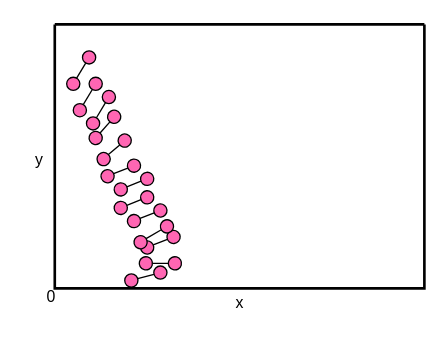
Earlier version of the draw.io diagram 哑铃分布t=0.05.drawio (mauhin/auto). Source tidied: cells renumbered, new cells numbered last; positions are measured from the earlier drawing's top-left corner, leaving out a move shared by most shapes. Both pictures are drawn from the tidied source at 132%, with x=0, y=0 at pixel (22, 24).
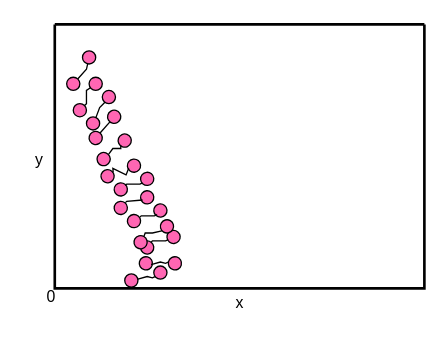
The same diagram, later.

Commit message:
更新哑铃分布t=0.05.drawio

Unchanged cells that the change refers to:
```xml
<mxCell id="4" style="group;rotation=40;" parent="3" vertex="1">
<mxCell id="5" style="ellipse;whiteSpace=wrap;html=1;fillColor=#FF66B3;rotation=40;" parent="4" vertex="1">
<mxCell id="6" style="ellipse;whiteSpace=wrap;html=1;fillColor=#FF66B3;rotation=40;" parent="4" vertex="1">
<mxCell id="8" style="group;rotation=40;" parent="4" vertex="1">
<mxCell id="9" style="ellipse;whiteSpace=wrap;html=1;fillColor=#FF66B3;rotation=40;" parent="8" vertex="1">
<mxCell id="10" style="ellipse;whiteSpace=wrap;html=1;fillColor=#FF66B3;rotation=40;" parent="8" vertex="1">
<mxCell id="12" style="group;rotation=20;" parent="3" vertex="1">
<mxCell id="13" style="ellipse;whiteSpace=wrap;html=1;fillColor=#FF66B3;rotation=20;" parent="12" vertex="1">
<mxCell id="14" style="ellipse;whiteSpace=wrap;html=1;fillColor=#FF66B3;rotation=20;" parent="12" vertex="1">
<mxCell id="20" style="group;rotation=90;" parent="3" vertex="1">
<mxCell id="21" style="ellipse;whiteSpace=wrap;html=1;fillColor=#FF66B3;rotation=0;" parent="20" vertex="1">
<mxCell id="22" style="ellipse;whiteSpace=wrap;html=1;fillColor=#FF66B3;rotation=0;" parent="20" vertex="1">
<mxCell id="24" style="group;rotation=90;" parent="3" vertex="1">
<mxCell id="25" style="ellipse;whiteSpace=wrap;html=1;fillColor=#FF66B3;rotation=0;" parent="24" vertex="1">
<mxCell id="26" style="ellipse;whiteSpace=wrap;html=1;fillColor=#FF66B3;rotation=0;" parent="24" vertex="1">
<mxCell id="28" style="group;rotation=40;" parent="2" vertex="1">
<mxCell id="29" style="ellipse;whiteSpace=wrap;html=1;fillColor=#FF66B3;rotation=40;" parent="28" vertex="1">
<mxCell id="30" style="ellipse;whiteSpace=wrap;html=1;fillColor=#FF66B3;rotation=40;" parent="28" vertex="1">
<mxCell id="32" style="group;rotation=40;" parent="2" vertex="1">
<mxCell id="33" style="ellipse;whiteSpace=wrap;html=1;fillColor=#FF66B3;rotation=40;" parent="32" vertex="1">
<mxCell id="34" style="ellipse;whiteSpace=wrap;html=1;fillColor=#FF66B3;rotation=40;" parent="32" vertex="1">
<mxCell id="36" style="group;rotation=40;" parent="2" vertex="1">
<mxCell id="37" style="ellipse;whiteSpace=wrap;html=1;fillColor=#FF66B3;rotation=40;" parent="36" vertex="1">
<mxCell id="38" style="ellipse;whiteSpace=wrap;html=1;fillColor=#FF66B3;rotation=40;" parent="36" vertex="1">
<mxCell id="40" style="group;rotation=60;" parent="36" vertex="1">
<mxCell id="41" style="ellipse;whiteSpace=wrap;html=1;fillColor=#FF66B3;rotation=60;" parent="40" vertex="1">
<mxCell id="42" style="ellipse;whiteSpace=wrap;html=1;fillColor=#FF66B3;rotation=60;" parent="40" vertex="1">
<mxCell id="44" style="group;rotation=135;" parent="40" vertex="1">
<mxCell id="45" style="ellipse;whiteSpace=wrap;html=1;fillColor=#FF66B3;rotation=45;" parent="44" vertex="1">
<mxCell id="46" style="ellipse;whiteSpace=wrap;html=1;fillColor=#FF66B3;rotation=45;" parent="44" vertex="1">
<mxCell id="48" style="group;rotation=120;" parent="36" vertex="1">
<mxCell id="49" style="ellipse;whiteSpace=wrap;html=1;fillColor=#FF66B3;rotation=30;" parent="48" vertex="1">
<mxCell id="50" style="ellipse;whiteSpace=wrap;html=1;fillColor=#FF66B3;rotation=30;" parent="48" vertex="1">
<mxCell id="52" style="group;rotation=90;" parent="2" vertex="1">
<mxCell id="53" style="ellipse;whiteSpace=wrap;html=1;fillColor=#FF66B3;rotation=0;" parent="52" vertex="1">
<mxCell id="54" style="ellipse;whiteSpace=wrap;html=1;fillColor=#FF66B3;rotation=0;" parent="52" vertex="1">
```

Change to the diagram source:
```diff
@@
-    <mxCell id="7" style="endArrow=none;html=1;rounded=0;startArrow=none;" parent="4" edge="1" source="6" target="5">
-      <mxGeometry relative="1" as="geometry" />
-    </mxCell>
@@
-    <mxCell id="11" style="endArrow=none;html=1;rounded=0;startArrow=none;" parent="8" edge="1" source="10" target="9">
-      <mxGeometry relative="1" as="geometry" />
-    </mxCell>
@@
-    <mxCell id="15" style="endArrow=none;html=1;rounded=0;startArrow=none;" parent="12" edge="1" source="14" target="13">
-      <mxGeometry relative="1" as="geometry" />
+    <mxCell id="15" style="endArrow=none;html=1;rounded=0;startArrow=none;entryX=0.345;entryY=0.95;entryDx=0;entryDy=0;entryPerimeter=0;exitX=0.737;exitY=0.019;exitDx=0;exitDy=0;exitPerimeter=0;" parent="12" edge="1" source="14" target="13">
+      <mxGeometry relative="1" as="geometry">
+        <Array as="points">
+          <mxPoint x="9" y="14" />
+          <mxPoint x="15" y="14" />
+        </Array>
+      </mxGeometry>
     </mxCell>
@@
-    <mxCell id="23" style="endArrow=none;html=1;rounded=0;startArrow=none;" parent="20" edge="1" source="22" target="21">
-      <mxGeometry relative="1" as="geometry" />
-    </mxCell>
@@
     <mxCell id="27" style="endArrow=none;html=1;rounded=0;startArrow=none;" parent="24" edge="1" source="26" target="25">
-      <mxGeometry relative="1" as="geometry" />
+      <mxGeometry relative="1" as="geometry">
+        <Array as="points">
+          <mxPoint x="14" y="14" />
+        </Array>
+      </mxGeometry>
     </mxCell>
@@
-    <mxCell id="31" style="endArrow=none;html=1;rounded=0;startArrow=none;" parent="28" edge="1" source="30" target="29">
-      <mxGeometry relative="1" as="geometry" />
-    </mxCell>
@@
-    <mxCell id="35" style="endArrow=none;html=1;rounded=0;startArrow=none;" parent="32" edge="1" source="34" target="33">
-      <mxGeometry relative="1" as="geometry" />
-    </mxCell>
+    <mxCell id="59" style="endArrow=none;html=1;rounded=0;startArrow=none;" parent="32" edge="1">
+      <mxGeometry relative="1" as="geometry">
+        <mxPoint x="3.5" y="16" as="sourcePoint" />
+        <mxPoint x="16.5" y="14" as="targetPoint" />
+        <Array as="points">
+          <mxPoint x="4.5" y="15" />
+          <mxPoint x="14.5" y="15" />
+        </Array>
+      </mxGeometry>
+    </mxCell>
@@
-    <mxCell id="39" style="endArrow=none;html=1;rounded=0;startArrow=none;" parent="36" edge="1" source="38" target="37">
-      <mxGeometry relative="1" as="geometry" />
-    </mxCell>
@@
-    <mxCell id="43" style="endArrow=none;html=1;rounded=0;startArrow=none;" parent="40" edge="1" source="42" target="41">
-      <mxGeometry relative="1" as="geometry" />
-    </mxCell>
@@
-    <mxCell id="47" style="endArrow=none;html=1;rounded=0;startArrow=none;" parent="44" edge="1" source="46" target="45">
-      <mxGeometry relative="1" as="geometry" />
-    </mxCell>
@@
-    <mxCell id="51" style="endArrow=none;html=1;rounded=0;startArrow=none;" parent="48" edge="1" source="50" target="49">
-      <mxGeometry relative="1" as="geometry" />
+    <mxCell id="51" style="endArrow=none;html=1;rounded=0;startArrow=none;exitX=0.5;exitY=0;exitDx=0;exitDy=0;entryX=0.329;entryY=0.985;entryDx=0;entryDy=0;entryPerimeter=0;" parent="48" edge="1" source="50" target="49">
+      <mxGeometry relative="1" as="geometry">
+        <Array as="points">
+          <mxPoint x="3.5" y="14" />
+          <mxPoint x="9" y="14" />
+        </Array>
+      </mxGeometry>
     </mxCell>
@@
-    <mxCell id="55" style="endArrow=none;html=1;rounded=0;startArrow=none;" parent="52" edge="1" source="54" target="53">
-      <mxGeometry relative="1" as="geometry" />
-    </mxCell>
@@
+    <mxCell id="60" style="endArrow=none;html=1;rounded=0;startArrow=none;exitX=1;exitY=0;exitDx=0;exitDy=0;" parent="1" edge="1" source="22">
+      <mxGeometry relative="1" as="geometry">
+        <mxPoint x="51" y="48" as="targetPoint" />
+        <Array as="points">
+          <mxPoint x="48" y="60" />
+          <mxPoint x="48" y="50" />
+        </Array>
+      </mxGeometry>
+    </mxCell>
+    <mxCell id="61" style="endArrow=none;html=1;rounded=0;startArrow=none;" parent="1" edge="1">
+      <mxGeometry relative="1" as="geometry">
+        <mxPoint x="55" y="71" as="sourcePoint" />
+        <mxPoint x="62" y="59" as="targetPoint" />
+        <Array as="points">
+          <mxPoint x="58" y="63" />
+        </Array>
+      </mxGeometry>
+    </mxCell>
+    <mxCell id="62" style="endArrow=none;html=1;rounded=0;startArrow=none;exitX=0.637;exitY=0.003;exitDx=0;exitDy=0;exitPerimeter=0;" parent="1" edge="1" source="10">
+      <mxGeometry relative="1" as="geometry">
+        <mxPoint x="80" y="109" as="targetPoint" />
+        <Array as="points">
+          <mxPoint x="68" y="109" />
+          <mxPoint x="78" y="114" />
+        </Array>
+      </mxGeometry>
+    </mxCell>
+    <mxCell id="63" style="endArrow=none;html=1;rounded=0;startArrow=none;" parent="1" edge="1">
+      <mxGeometry relative="1" as="geometry">
+        <mxPoint x="77.5" y="135" as="sourcePoint" />
+        <mxPoint x="90.5" y="133" as="targetPoint" />
+        <Array as="points">
+          <mxPoint x="78.5" y="134" />
+        </Array>
+      </mxGeometry>
+    </mxCell>
+    <mxCell id="64" style="endArrow=none;html=1;rounded=0;startArrow=none;" parent="1" edge="1">
+      <mxGeometry relative="1" as="geometry">
+        <mxPoint x="88.5" y="146" as="sourcePoint" />
+        <mxPoint x="101.5" y="144" as="targetPoint" />
+        <Array as="points">
+          <mxPoint x="89.5" y="145" />
+          <mxPoint x="99.5" y="145" />
+        </Array>
+      </mxGeometry>
+    </mxCell>
+    <mxCell id="65" style="endArrow=none;html=1;rounded=0;startArrow=none;" parent="1" edge="1">
+      <mxGeometry relative="1" as="geometry">
+        <mxPoint x="97" y="165" as="sourcePoint" />
+        <mxPoint x="110" y="163" as="targetPoint" />
+        <Array as="points">
+          <mxPoint x="98" y="164" />
+          <mxPoint x="108" y="164" />
+        </Array>
+      </mxGeometry>
+    </mxCell>
+    <mxCell id="66" style="endArrow=none;html=1;rounded=0;startArrow=none;" parent="1" edge="1">
+      <mxGeometry relative="1" as="geometry">
+        <mxPoint x="97" y="182" as="sourcePoint" />
+        <mxPoint x="110" y="180" as="targetPoint" />
+        <Array as="points">
+          <mxPoint x="104" y="180" />
+          <mxPoint x="108" y="181" />
+        </Array>
+      </mxGeometry>
+    </mxCell>
+    <mxCell id="67" style="endArrow=none;html=1;rounded=0;startArrow=none;" parent="1" edge="1">
+      <mxGeometry relative="1" as="geometry">
+        <mxPoint x="87" y="193" as="sourcePoint" />
+        <mxPoint x="100" y="191" as="targetPoint" />
+        <Array as="points">
+          <mxPoint x="94" y="191" />
+          <mxPoint x="98" y="192" />
+        </Array>
+      </mxGeometry>
+    </mxCell>
```
